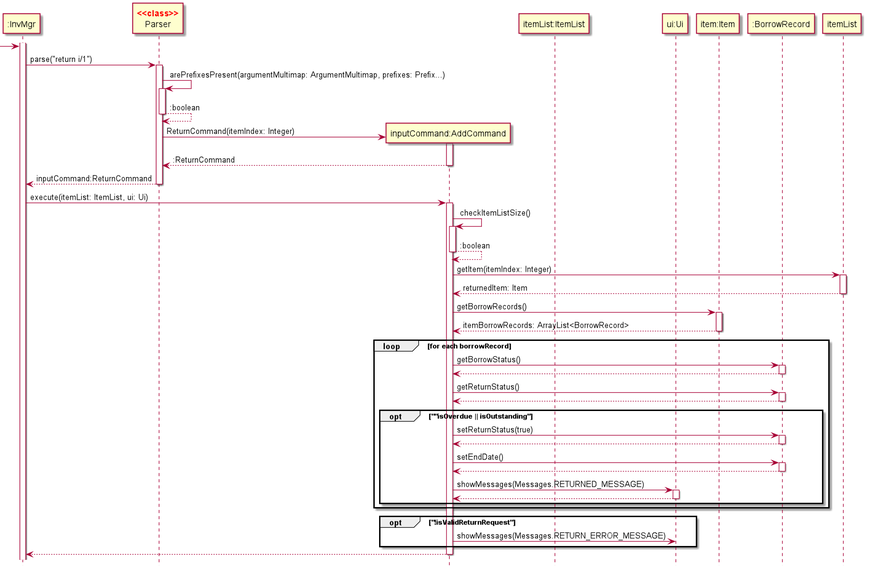
Above: docs/img/ReturnCommandSequenceDiagram.png in nus-cs2113-AY2122S2/tp (PlantUML), before the change. The source it was exported from:
```plantuml
@startuml
hide footbox

skinparam dpi 300
skinparam guillemet false
skinparam sequenceStereotypeFontColor red
skinparam sequenceStereotypeFontStyle bold

Participant ":InvMgr" as invmgr
Participant "Parser" as parser <<class>>
Participant "inputCommand:AddCommand" as cmd
Participant "itemList:ItemList" as itemlist
Participant "ui:Ui" as ui
Participant "item:Item" as item
Participant ":BorrowRecord" as borrowRecord

activate invmgr

-> invmgr
invmgr -> parser:parse("return i/1")
activate parser

parser -> parser:arePrefixesPresent(argumentMultimap: ArgumentMultimap, prefixes: Prefix...)
activate parser
return :boolean

create cmd
parser -> cmd:ReturnCommand(itemIndex: Integer)
activate cmd
return :ReturnCommand

return inputCommand:ReturnCommand

invmgr -> cmd:execute(itemList: ItemList, ui: Ui)
activate cmd

cmd -> cmd:checkItemListSize()
activate cmd
return :boolean

cmd -> itemList: getItem(itemIndex: Integer)
activate itemList
return returnedItem: Item

cmd -> item: getBorrowRecords()
activate item
return itemBorrowRecords: ArrayList<BorrowRecord>

loop for each borrowRecord
cmd -> borrowRecord: getBorrowStatus()
activate borrowRecord
return
cmd -> borrowRecord: getReturnStatus()
activate borrowRecord
return
opt ""isOverdue || isOutstanding"
cmd -> borrowRecord: setReturnStatus(true)
activate borrowRecord
return
cmd -> borrowRecord: setEndDate()
activate borrowRecord
return
cmd -> ui: showMessages(Messages.RETURNED_MESSAGE)
activate ui
return
end
end
opt "!isValidReturnRequest"
cmd -> ui: showMessages(Messages.RETURN_ERROR_MESSAGE)
end



return
@enduml
```
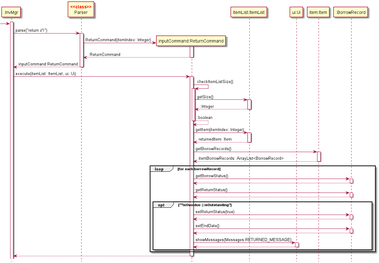
After the change.

Commit message:
Updates DG with information on HelpCommand implementation and also modifies LostCommand and ReturnCommand implementation descriptions

What changed in the source:
```diff
@@ -8,8 +8,8 @@
 
 Participant ":InvMgr" as invmgr
 Participant "Parser" as parser <<class>>
-Participant "inputCommand:AddCommand" as cmd
-Participant "itemList:ItemList" as itemlist
+Participant "inputCommand:ReturnCommand" as cmd
+Participant "itemList:ItemList" as list
 Participant "ui:Ui" as ui
 Participant "item:Item" as item
 Participant ":BorrowRecord" as borrowRecord
@@ -19,10 +19,6 @@
 -> invmgr
 invmgr -> parser:parse("return i/1")
 activate parser
-
-parser -> parser:arePrefixesPresent(argumentMultimap: ArgumentMultimap, prefixes: Prefix...)
-activate parser
-return :boolean
 
 create cmd
 parser -> cmd:ReturnCommand(itemIndex: Integer)
@@ -36,10 +32,13 @@
 
 cmd -> cmd:checkItemListSize()
 activate cmd
+cmd -> list: getSize()
+activate list
+return :Integer
 return :boolean
 
-cmd -> itemList: getItem(itemIndex: Integer)
-activate itemList
+cmd -> list: getItem(itemIndex: Integer)
+activate list
 return returnedItem: Item
 
 cmd -> item: getBorrowRecords()
@@ -65,11 +64,6 @@
 return
 end
 end
-opt "!isValidReturnRequest"
-cmd -> ui: showMessages(Messages.RETURN_ERROR_MESSAGE)
-end
-
-
 
 return
 @enduml
```
